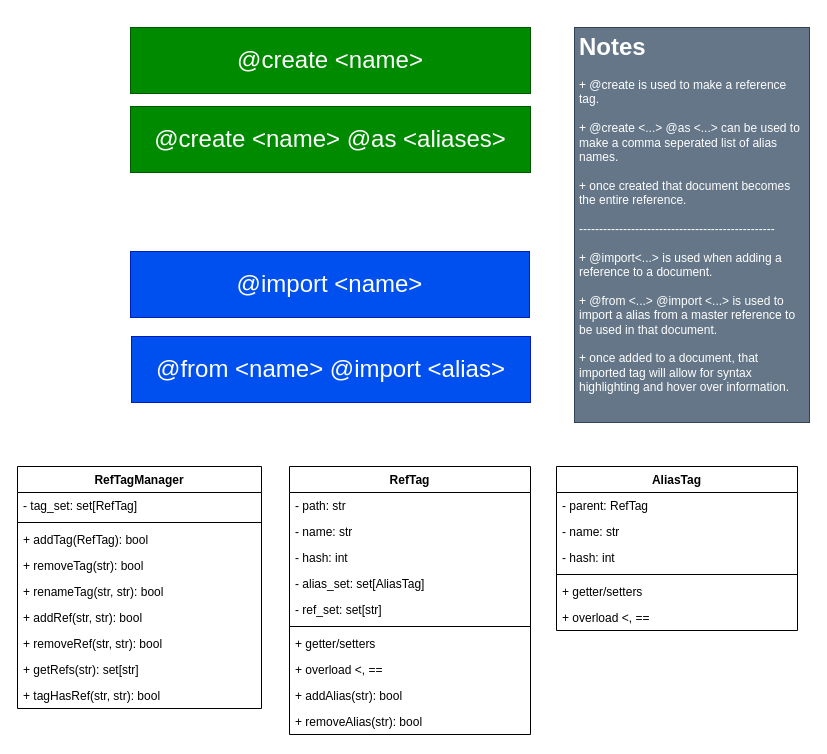
This is page "RefTag" (2 of 2) of .notes/diagrams/overview.drawio from Michael-R-R/markup-writer, a draw.io file, before an edit. Source tidied: cells renumbered, new cells numbered last; positions are measured from the earlier drawing's top-left corner, leaving out a move shared by most shapes. Both pictures are drawn from the tidied source at 100%, with x=0, y=0 at pixel (17, 27).
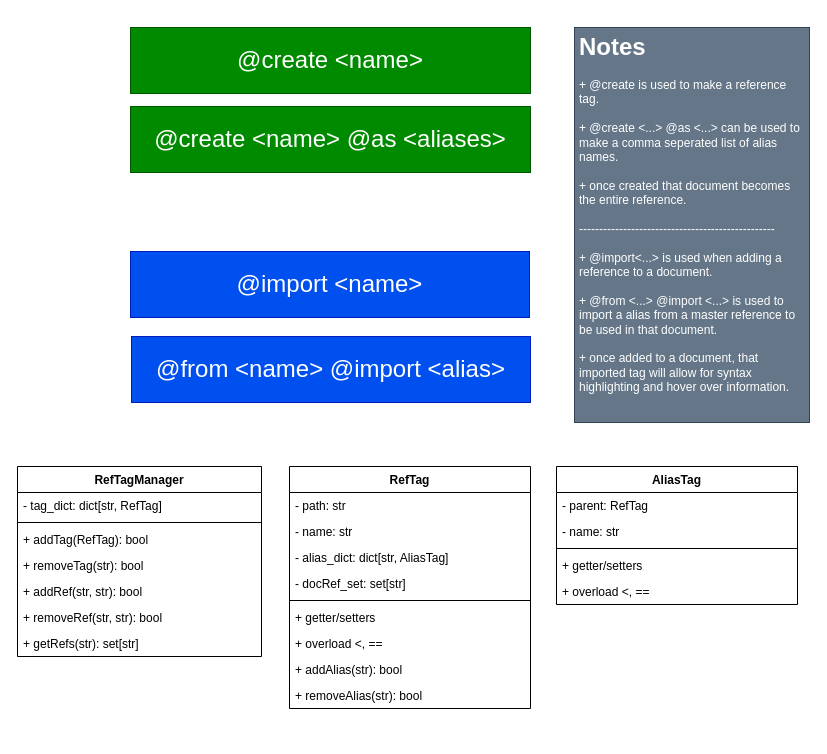
After the change.

The edit, as a diff of the source:
```diff
@@
     <mxCell id="5" value="RefTag" style="swimlane;fontStyle=1;align=center;verticalAlign=top;horizontal=1;startSize=26;whiteSpace=wrap;html=1;" parent="1" vertex="1">
-      <mxGeometry x="272" y="439" width="241" height="268" as="geometry" />
+      <mxGeometry x="272" y="439" width="241" height="242" as="geometry" />
     </mxCell>
@@
-    <mxCell id="8" value="- hash: int" style="text;strokeColor=none;fillColor=none;align=left;verticalAlign=top;spacingLeft=4;spacingRight=4;overflow=hidden;whiteSpace=wrap;html=1;" parent="5" vertex="1">
-      <mxGeometry y="78" width="241" height="26" as="geometry" />
-    </mxCell>
-    <mxCell id="9" value="- alias_set: set[AliasTag]" style="text;strokeColor=none;fillColor=none;align=left;verticalAlign=top;spacingLeft=4;spacingRight=4;overflow=hidden;whiteSpace=wrap;html=1;" parent="5" vertex="1">
-      <mxGeometry y="104" width="241" height="26" as="geometry" />
+    <mxCell id="9" value="- alias_dict: dict[str, AliasTag]" style="text;strokeColor=none;fillColor=none;align=left;verticalAlign=top;spacingLeft=4;spacingRight=4;overflow=hidden;whiteSpace=wrap;html=1;" parent="5" vertex="1">
+      <mxGeometry y="78" width="241" height="26" as="geometry" />
     </mxCell>
-    <mxCell id="10" value="- ref_set: set[str]" style="text;strokeColor=none;fillColor=none;align=left;verticalAlign=top;spacingLeft=4;spacingRight=4;overflow=hidden;whiteSpace=wrap;html=1;" parent="5" vertex="1">
-      <mxGeometry y="130" width="241" height="26" as="geometry" />
+    <mxCell id="10" value="- docRef_set: set[str]" style="text;strokeColor=none;fillColor=none;align=left;verticalAlign=top;spacingLeft=4;spacingRight=4;overflow=hidden;whiteSpace=wrap;html=1;" parent="5" vertex="1">
+      <mxGeometry y="104" width="241" height="26" as="geometry" />
     </mxCell>
     <mxCell id="11" style="line;strokeWidth=1;fillColor=none;align=left;verticalAlign=middle;spacingTop=-1;spacingLeft=3;spacingRight=3;labelPosition=right;strokeColor=inherit;" parent="5" vertex="1">
-      <mxGeometry y="156" width="241" height="8" as="geometry" />
+      <mxGeometry y="130" width="241" height="8" as="geometry" />
     </mxCell>
     <mxCell id="12" value="+ getter/setters" style="text;strokeColor=none;fillColor=none;align=left;verticalAlign=top;spacingLeft=4;spacingRight=4;overflow=hidden;whiteSpace=wrap;html=1;" parent="5" vertex="1">
-      <mxGeometry y="164" width="241" height="26" as="geometry" />
+      <mxGeometry y="138" width="241" height="26" as="geometry" />
     </mxCell>
     <mxCell id="13" value="+ overload &amp;lt;, ==" style="text;strokeColor=none;fillColor=none;align=left;verticalAlign=top;spacingLeft=4;spacingRight=4;overflow=hidden;whiteSpace=wrap;html=1;" parent="5" vertex="1">
-      <mxGeometry y="190" width="241" height="26" as="geometry" />
+      <mxGeometry y="164" width="241" height="26" as="geometry" />
     </mxCell>
     <mxCell id="14" value="+ addAlias(str): bool" style="text;strokeColor=none;fillColor=none;align=left;verticalAlign=top;spacingLeft=4;spacingRight=4;overflow=hidden;whiteSpace=wrap;html=1;" parent="5" vertex="1">
-      <mxGeometry y="216" width="241" height="26" as="geometry" />
+      <mxGeometry y="190" width="241" height="26" as="geometry" />
     </mxCell>
     <mxCell id="15" value="+ removeAlias(str): bool" style="text;strokeColor=none;fillColor=none;align=left;verticalAlign=top;spacingLeft=4;spacingRight=4;overflow=hidden;whiteSpace=wrap;html=1;" parent="5" vertex="1">
-      <mxGeometry y="242" width="241" height="26" as="geometry" />
+      <mxGeometry y="216" width="241" height="26" as="geometry" />
     </mxCell>
     <mxCell id="16" value="RefTagManager" style="swimlane;fontStyle=1;align=center;verticalAlign=top;horizontal=1;startSize=26;whiteSpace=wrap;html=1;" parent="1" vertex="1">
-      <mxGeometry y="439" width="244" height="242" as="geometry" />
+      <mxGeometry y="439" width="244" height="190" as="geometry" />
     </mxCell>
-    <mxCell id="17" value="- tag_set: set[RefTag]" style="text;strokeColor=none;fillColor=none;align=left;verticalAlign=top;spacingLeft=4;spacingRight=4;overflow=hidden;whiteSpace=wrap;html=1;" parent="16" vertex="1">
+    <mxCell id="17" value="- tag_dict: dict[str, RefTag]" style="text;strokeColor=none;fillColor=none;align=left;verticalAlign=top;spacingLeft=4;spacingRight=4;overflow=hidden;whiteSpace=wrap;html=1;" parent="16" vertex="1">
       <mxGeometry y="26" width="244" height="26" as="geometry" />
     </mxCell>
@@
-    <mxCell id="21" value="+ renameTag(str, str): bool" style="text;strokeColor=none;fillColor=none;align=left;verticalAlign=top;spacingLeft=4;spacingRight=4;overflow=hidden;whiteSpace=wrap;html=1;" parent="16" vertex="1">
-      <mxGeometry y="112" width="244" height="26" as="geometry" />
-    </mxCell>
     <mxCell id="22" value="+ addRef(str, str): bool" style="text;strokeColor=none;fillColor=none;align=left;verticalAlign=top;spacingLeft=4;spacingRight=4;overflow=hidden;whiteSpace=wrap;html=1;" parent="16" vertex="1">
-      <mxGeometry y="138" width="244" height="26" as="geometry" />
+      <mxGeometry y="112" width="244" height="26" as="geometry" />
     </mxCell>
     <mxCell id="23" value="+ removeRef(str, str): bool" style="text;strokeColor=none;fillColor=none;align=left;verticalAlign=top;spacingLeft=4;spacingRight=4;overflow=hidden;whiteSpace=wrap;html=1;" parent="16" vertex="1">
-      <mxGeometry y="164" width="244" height="26" as="geometry" />
+      <mxGeometry y="138" width="244" height="26" as="geometry" />
     </mxCell>
     <mxCell id="24" value="+ getRefs(str): set[str]" style="text;strokeColor=none;fillColor=none;align=left;verticalAlign=top;spacingLeft=4;spacingRight=4;overflow=hidden;whiteSpace=wrap;html=1;" parent="16" vertex="1">
-      <mxGeometry y="190" width="244" height="26" as="geometry" />
+      <mxGeometry y="164" width="244" height="26" as="geometry" />
     </mxCell>
-    <mxCell id="25" value="+ tagHasRef(str, str): bool" style="text;strokeColor=none;fillColor=none;align=left;verticalAlign=top;spacingLeft=4;spacingRight=4;overflow=hidden;whiteSpace=wrap;html=1;" parent="16" vertex="1">
-      <mxGeometry y="216" width="244" height="26" as="geometry" />
-    </mxCell>
@@
     <mxCell id="28" value="AliasTag" style="swimlane;fontStyle=1;align=center;verticalAlign=top;horizontal=1;startSize=26;whiteSpace=wrap;html=1;" parent="1" vertex="1">
-      <mxGeometry x="539" y="439" width="241" height="164" as="geometry" />
+      <mxGeometry x="539" y="439" width="241" height="138" as="geometry" />
     </mxCell>
@@
-    <mxCell id="31" value="- hash: int" style="text;strokeColor=none;fillColor=none;align=left;verticalAlign=top;spacingLeft=4;spacingRight=4;overflow=hidden;whiteSpace=wrap;html=1;" parent="28" vertex="1">
-      <mxGeometry y="78" width="241" height="26" as="geometry" />
-    </mxCell>
     <mxCell id="32" style="line;strokeWidth=1;fillColor=none;align=left;verticalAlign=middle;spacingTop=-1;spacingLeft=3;spacingRight=3;labelPosition=right;strokeColor=inherit;" parent="28" vertex="1">
-      <mxGeometry y="104" width="241" height="8" as="geometry" />
+      <mxGeometry y="78" width="241" height="8" as="geometry" />
     </mxCell>
     <mxCell id="33" value="+ getter/setters" style="text;strokeColor=none;fillColor=none;align=left;verticalAlign=top;spacingLeft=4;spacingRight=4;overflow=hidden;whiteSpace=wrap;html=1;" parent="28" vertex="1">
-      <mxGeometry y="112" width="241" height="26" as="geometry" />
+      <mxGeometry y="86" width="241" height="26" as="geometry" />
     </mxCell>
     <mxCell id="34" value="+ overload &amp;lt;, ==" style="text;strokeColor=none;fillColor=none;align=left;verticalAlign=top;spacingLeft=4;spacingRight=4;overflow=hidden;whiteSpace=wrap;html=1;" parent="28" vertex="1">
-      <mxGeometry y="138" width="241" height="26" as="geometry" />
+      <mxGeometry y="112" width="241" height="26" as="geometry" />
     </mxCell>
```
